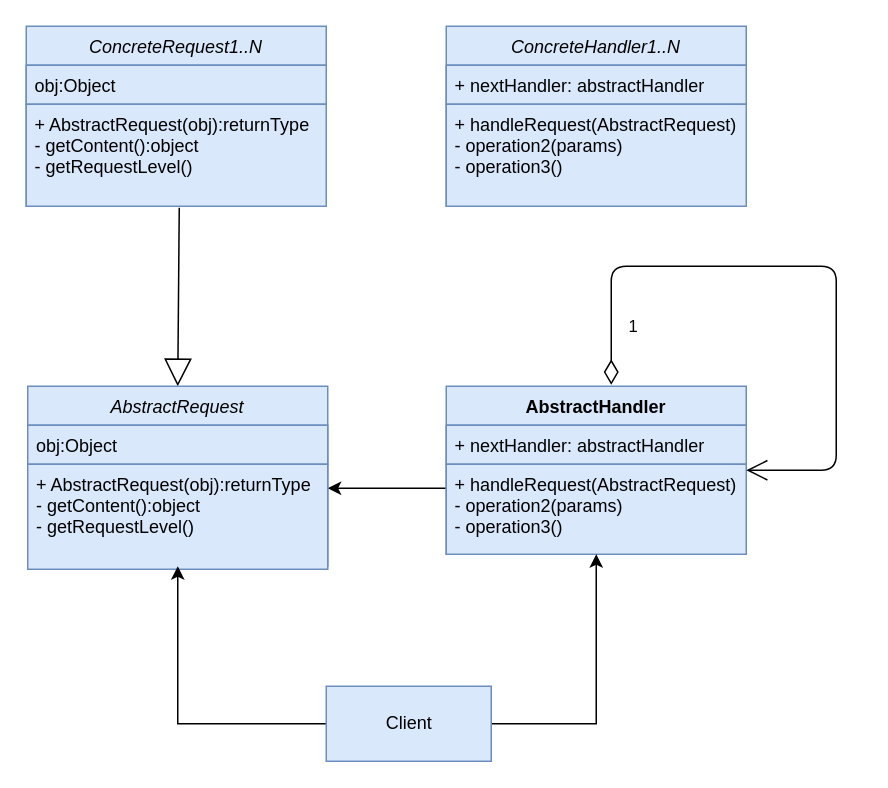
KelvinFanXian/kelvin-draw keeps this draw.io diagram as patterns/责任链.drawio. Above is the earlier version. Source tidied: cells renumbered, new cells numbered last; positions are measured from the earlier drawing's top-left corner, leaving out a move shared by most shapes. Both pictures are drawn from the tidied source at 150%, with x=0, y=0 at pixel (26, 26).
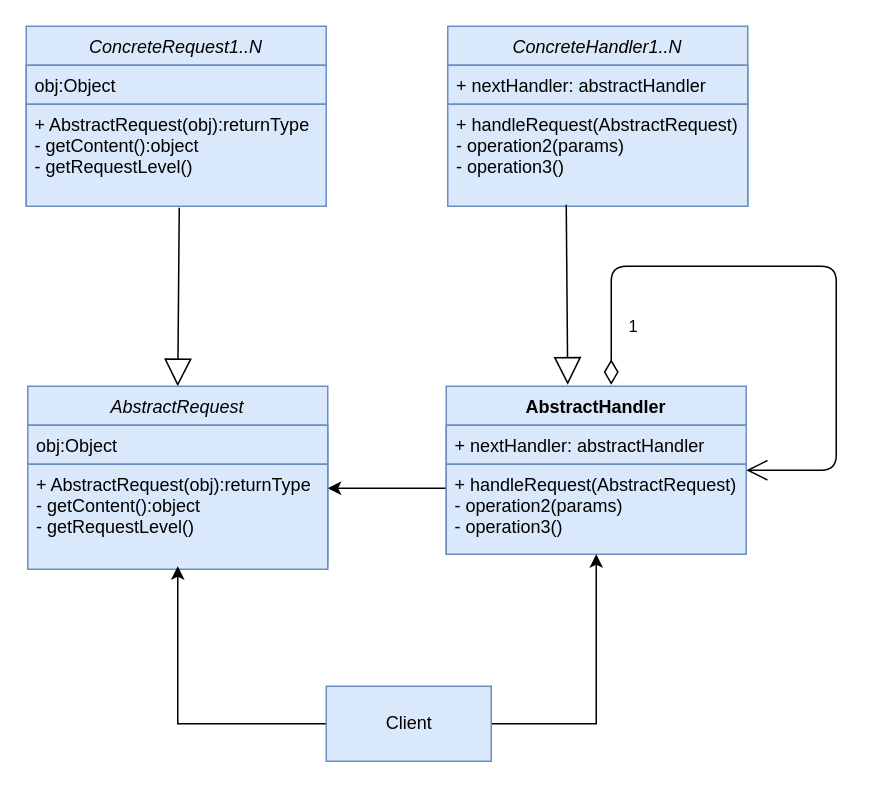
Above is the later version.

The change refers to these unchanged cells:
```xml
<mxCell id="10" value="AbstractHandler" style="swimlane;fontStyle=1;align=center;verticalAlign=top;horizontal=1;startSize=26;fillColor=#dae8fc;strokeColor=#6c8ebf;" parent="1" vertex="1">
  <mxGeometry x="280" y="240" width="200" height="112" as="geometry" />
</mxCell>
<mxCell id="20" value="+ handleRequest(AbstractRequest)&#10;- operation2(params)&#10;- operation3()&#10;" style="text;align=left;verticalAlign=top;spacingLeft=4;spacingRight=4;overflow=hidden;points=[[0,0.5],[1,0.5]];portConstraint=eastwest;fillColor=#dae8fc;strokeColor=#6c8ebf;" parent="18" vertex="1">
  <mxGeometry y="52" width="200" height="68" as="geometry" />
</mxCell>
```

What changed in the source:
```diff
@@
     <mxCell id="18" value="ConcreteHandler1..N" style="swimlane;fontStyle=2;align=center;verticalAlign=top;horizontal=1;startSize=26;rounded=0;shadow=0;strokeWidth=1;fillColor=#dae8fc;strokeColor=#6c8ebf;" parent="1" vertex="1">
-      <mxGeometry x="280" width="200" height="120" as="geometry" />
+      <mxGeometry x="281" width="200" height="120" as="geometry" />
     </mxCell>
@@
+    <mxCell id="21" style="endArrow=block;endSize=16;endFill=0;html=1;exitX=0.395;exitY=0.985;exitDx=0;exitDy=0;exitPerimeter=0;entryX=0.405;entryY=-0.009;entryDx=0;entryDy=0;entryPerimeter=0;" parent="1" edge="1" source="20" target="10">
+      <mxGeometry relative="1" as="geometry" />
+    </mxCell>
```
